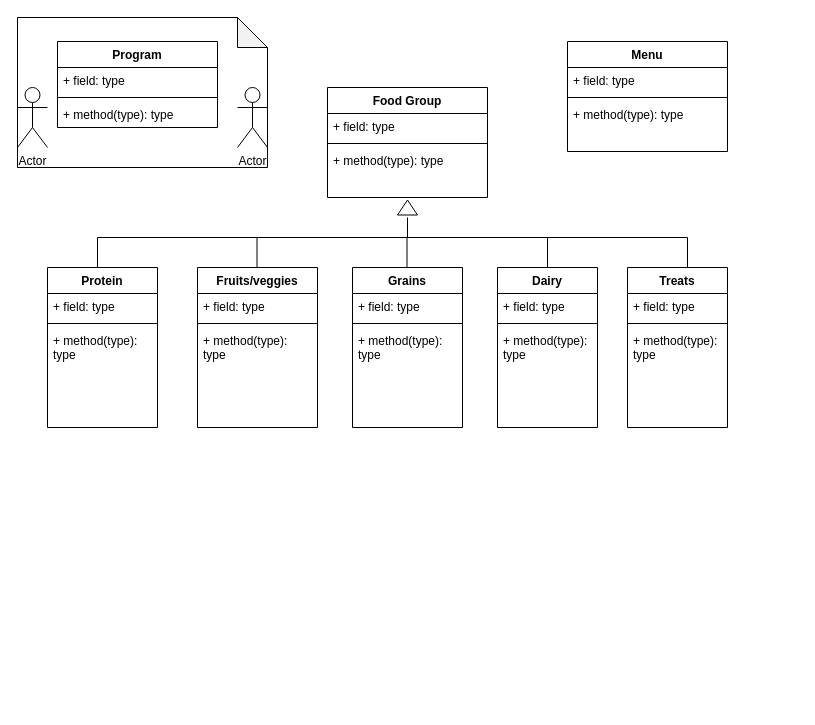
The draw.io diagram KidsNutritionProgram.drawio in KayleeWild/cse210, before the edit. Source tidied: cells renumbered, new cells numbered last; positions are measured from the earlier drawing's top-left corner, leaving out a move shared by most shapes. Both pictures are drawn from the tidied source at 100%, with x=0, y=0 at pixel (17, 17).
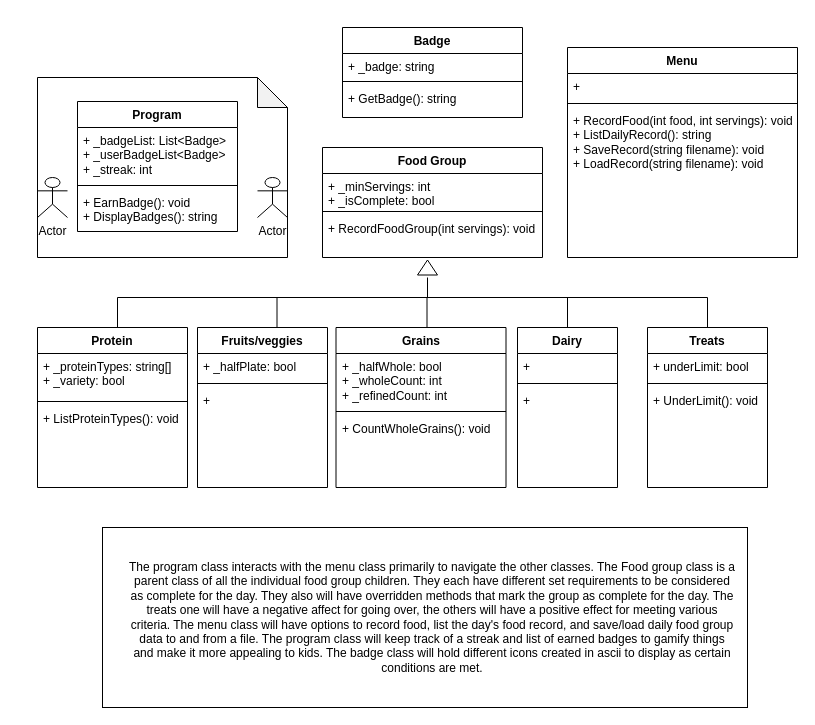
The same diagram, later.

Commit message (it also covers changes not shown here):
outline of the nutrition program

Change to the diagram source:
```diff
@@
     <mxCell id="2" style="shape=note;whiteSpace=wrap;html=1;backgroundOutline=1;darkOpacity=0.05;" parent="1" vertex="1">
-      <mxGeometry width="250" height="150" as="geometry" />
+      <mxGeometry x="20" y="60" width="250" height="180" as="geometry" />
     </mxCell>
     <mxCell id="3" value="Program" style="swimlane;fontStyle=1;align=center;verticalAlign=top;horizontal=1;startSize=26;whiteSpace=wrap;html=1;" parent="1" vertex="1">
-      <mxGeometry x="40" y="24" width="160" height="86" as="geometry" />
+      <mxGeometry x="60" y="84" width="160" height="130" as="geometry" />
     </mxCell>
-    <mxCell id="4" value="+ field: type" style="text;strokeColor=none;fillColor=none;align=left;verticalAlign=top;spacingLeft=4;spacingRight=4;overflow=hidden;whiteSpace=wrap;html=1;" parent="3" vertex="1">
-      <mxGeometry y="26" width="160" height="26" as="geometry" />
+    <mxCell id="4" value="+ _badgeList: List&amp;lt;Badge&amp;gt;&lt;div&gt;+ _userBadgeList&amp;lt;Badge&amp;gt;&lt;/div&gt;&lt;div&gt;+ _streak: int&lt;/div&gt;" style="text;strokeColor=none;fillColor=none;align=left;verticalAlign=top;spacingLeft=4;spacingRight=4;overflow=hidden;whiteSpace=wrap;html=1;" parent="3" vertex="1">
+      <mxGeometry y="26" width="160" height="54" as="geometry" />
     </mxCell>
     <mxCell id="5" style="line;strokeWidth=1;fillColor=none;align=left;verticalAlign=middle;spacingTop=-1;spacingLeft=3;spacingRight=3;labelPosition=right;strokeColor=inherit;" parent="3" vertex="1">
-      <mxGeometry y="52" width="160" height="8" as="geometry" />
+      <mxGeometry y="80" width="160" height="8" as="geometry" />
     </mxCell>
-    <mxCell id="6" value="+ method(type): type" style="text;strokeColor=none;fillColor=none;align=left;verticalAlign=top;spacingLeft=4;spacingRight=4;overflow=hidden;whiteSpace=wrap;html=1;" parent="3" vertex="1">
-      <mxGeometry y="60" width="160" height="26" as="geometry" />
+    <mxCell id="6" value="+ EarnBadge(): void&lt;div&gt;+ DisplayBadges(): string&lt;/div&gt;" style="text;strokeColor=none;fillColor=none;align=left;verticalAlign=top;spacingLeft=4;spacingRight=4;overflow=hidden;whiteSpace=wrap;html=1;" parent="3" vertex="1">
+      <mxGeometry y="88" width="160" height="42" as="geometry" />
     </mxCell>
     <mxCell id="7" value="Food Group" style="swimlane;fontStyle=1;align=center;verticalAlign=top;horizontal=1;startSize=26;whiteSpace=wrap;html=1;" parent="1" vertex="1">
-      <mxGeometry x="310" y="70" width="160" height="110" as="geometry" />
+      <mxGeometry x="305" y="130" width="220" height="110" as="geometry" />
     </mxCell>
-    <mxCell id="8" value="+ field: type" style="text;strokeColor=none;fillColor=none;align=left;verticalAlign=top;spacingLeft=4;spacingRight=4;overflow=hidden;whiteSpace=wrap;html=1;" parent="7" vertex="1">
-      <mxGeometry y="26" width="160" height="26" as="geometry" />
+    <mxCell id="8" value="+ _minServings: int&lt;div&gt;+ _isComplete: bool&lt;/div&gt;" style="text;strokeColor=none;fillColor=none;align=left;verticalAlign=top;spacingLeft=4;spacingRight=4;overflow=hidden;whiteSpace=wrap;html=1;" parent="7" vertex="1">
+      <mxGeometry y="26" width="220" height="34" as="geometry" />
     </mxCell>
     <mxCell id="9" style="line;strokeWidth=1;fillColor=none;align=left;verticalAlign=middle;spacingTop=-1;spacingLeft=3;spacingRight=3;labelPosition=right;strokeColor=inherit;" parent="7" vertex="1">
-      <mxGeometry y="52" width="160" height="8" as="geometry" />
+      <mxGeometry y="60" width="220" height="8" as="geometry" />
     </mxCell>
-    <mxCell id="10" value="+ method(type): type" style="text;strokeColor=none;fillColor=none;align=left;verticalAlign=top;spacingLeft=4;spacingRight=4;overflow=hidden;whiteSpace=wrap;html=1;" parent="7" vertex="1">
-      <mxGeometry y="60" width="160" height="50" as="geometry" />
+    <mxCell id="10" value="+ RecordFoodGroup(int servings): void" style="text;strokeColor=none;fillColor=none;align=left;verticalAlign=top;spacingLeft=4;spacingRight=4;overflow=hidden;whiteSpace=wrap;html=1;" parent="7" vertex="1">
+      <mxGeometry y="68" width="220" height="42" as="geometry" />
     </mxCell>
     <mxCell id="11" value="Fruits/veggies" style="swimlane;fontStyle=1;align=center;verticalAlign=top;horizontal=1;startSize=26;whiteSpace=wrap;html=1;" parent="1" vertex="1">
-      <mxGeometry x="180" y="250" width="120" height="160" as="geometry" />
+      <mxGeometry x="180" y="310" width="130" height="160" as="geometry" />
     </mxCell>
-    <mxCell id="12" value="+ field: type" style="text;strokeColor=none;fillColor=none;align=left;verticalAlign=top;spacingLeft=4;spacingRight=4;overflow=hidden;whiteSpace=wrap;html=1;" parent="11" vertex="1">
-      <mxGeometry y="26" width="120" height="26" as="geometry" />
+    <mxCell id="12" value="+ _halfPlate: bool" style="text;strokeColor=none;fillColor=none;align=left;verticalAlign=top;spacingLeft=4;spacingRight=4;overflow=hidden;whiteSpace=wrap;html=1;" parent="11" vertex="1">
+      <mxGeometry y="26" width="130" height="26" as="geometry" />
     </mxCell>
     <mxCell id="13" style="line;strokeWidth=1;fillColor=none;align=left;verticalAlign=middle;spacingTop=-1;spacingLeft=3;spacingRight=3;labelPosition=right;strokeColor=inherit;" parent="11" vertex="1">
-      <mxGeometry y="52" width="120" height="8" as="geometry" />
+      <mxGeometry y="52" width="130" height="8" as="geometry" />
     </mxCell>
-    <mxCell id="14" value="+ method(type): type" style="text;strokeColor=none;fillColor=none;align=left;verticalAlign=top;spacingLeft=4;spacingRight=4;overflow=hidden;whiteSpace=wrap;html=1;" parent="11" vertex="1">
-      <mxGeometry y="60" width="120" height="100" as="geometry" />
+    <mxCell id="14" value="+&amp;nbsp;" style="text;strokeColor=none;fillColor=none;align=left;verticalAlign=top;spacingLeft=4;spacingRight=4;overflow=hidden;whiteSpace=wrap;html=1;" parent="11" vertex="1">
+      <mxGeometry y="60" width="130" height="100" as="geometry" />
     </mxCell>
     <mxCell id="15" value="Actor" style="shape=umlActor;verticalLabelPosition=bottom;verticalAlign=top;html=1;" parent="1" vertex="1">
-      <mxGeometry y="70" width="30" height="60" as="geometry" />
+      <mxGeometry x="20" y="160" width="30" height="40" as="geometry" />
     </mxCell>
     <mxCell id="16" value="Actor" style="shape=umlActor;verticalLabelPosition=bottom;verticalAlign=top;html=1;" parent="1" vertex="1">
-      <mxGeometry x="220" y="70" width="30" height="60" as="geometry" />
+      <mxGeometry x="240" y="160" width="30" height="40" as="geometry" />
     </mxCell>
     <mxCell id="17" value="Grains" style="swimlane;fontStyle=1;align=center;verticalAlign=top;horizontal=1;startSize=26;whiteSpace=wrap;html=1;" parent="1" vertex="1">
-      <mxGeometry x="335" y="250" width="110" height="160" as="geometry" />
+      <mxGeometry x="318.5" y="310" width="170" height="160" as="geometry" />
     </mxCell>
-    <mxCell id="18" value="+ field: type" style="text;strokeColor=none;fillColor=none;align=left;verticalAlign=top;spacingLeft=4;spacingRight=4;overflow=hidden;whiteSpace=wrap;html=1;" parent="17" vertex="1">
-      <mxGeometry y="26" width="110" height="26" as="geometry" />
+    <mxCell id="18" value="+ _halfWhole: bool&lt;div&gt;+ _wholeCount: int&lt;/div&gt;&lt;div&gt;+ _refinedCount: int&lt;/div&gt;" style="text;strokeColor=none;fillColor=none;align=left;verticalAlign=top;spacingLeft=4;spacingRight=4;overflow=hidden;whiteSpace=wrap;html=1;" parent="17" vertex="1">
+      <mxGeometry y="26" width="170" height="54" as="geometry" />
     </mxCell>
     <mxCell id="19" style="line;strokeWidth=1;fillColor=none;align=left;verticalAlign=middle;spacingTop=-1;spacingLeft=3;spacingRight=3;labelPosition=right;strokeColor=inherit;" parent="17" vertex="1">
-      <mxGeometry y="52" width="110" height="8" as="geometry" />
+      <mxGeometry y="80" width="170" height="8" as="geometry" />
     </mxCell>
-    <mxCell id="20" value="+ method(type): type" style="text;strokeColor=none;fillColor=none;align=left;verticalAlign=top;spacingLeft=4;spacingRight=4;overflow=hidden;whiteSpace=wrap;html=1;" parent="17" vertex="1">
-      <mxGeometry y="60" width="110" height="100" as="geometry" />
+    <mxCell id="20" value="+ CountWholeGrains(): void&amp;nbsp;" style="text;strokeColor=none;fillColor=none;align=left;verticalAlign=top;spacingLeft=4;spacingRight=4;overflow=hidden;whiteSpace=wrap;html=1;" parent="17" vertex="1">
+      <mxGeometry y="88" width="170" height="72" as="geometry" />
     </mxCell>
     <mxCell id="21" value="Dairy" style="swimlane;fontStyle=1;align=center;verticalAlign=top;horizontal=1;startSize=26;whiteSpace=wrap;html=1;" parent="1" vertex="1">
-      <mxGeometry x="480" y="250" width="100" height="160" as="geometry" />
+      <mxGeometry x="500" y="310" width="100" height="160" as="geometry" />
     </mxCell>
-    <mxCell id="22" value="+ field: type" style="text;strokeColor=none;fillColor=none;align=left;verticalAlign=top;spacingLeft=4;spacingRight=4;overflow=hidden;whiteSpace=wrap;html=1;" parent="21" vertex="1">
+    <mxCell id="22" value="+&amp;nbsp;" style="text;strokeColor=none;fillColor=none;align=left;verticalAlign=top;spacingLeft=4;spacingRight=4;overflow=hidden;whiteSpace=wrap;html=1;" parent="21" vertex="1">
       <mxGeometry y="26" width="100" height="26" as="geometry" />
     </mxCell>
@@
-    <mxCell id="24" value="+ method(type): type" style="text;strokeColor=none;fillColor=none;align=left;verticalAlign=top;spacingLeft=4;spacingRight=4;overflow=hidden;whiteSpace=wrap;html=1;" parent="21" vertex="1">
+    <mxCell id="24" value="+" style="text;strokeColor=none;fillColor=none;align=left;verticalAlign=top;spacingLeft=4;spacingRight=4;overflow=hidden;whiteSpace=wrap;html=1;" parent="21" vertex="1">
       <mxGeometry y="60" width="100" height="100" as="geometry" />
     </mxCell>
     <mxCell id="25" value="Protein" style="swimlane;fontStyle=1;align=center;verticalAlign=top;horizontal=1;startSize=26;whiteSpace=wrap;html=1;" parent="1" vertex="1">
-      <mxGeometry x="30" y="250" width="110" height="160" as="geometry" />
+      <mxGeometry x="20" y="310" width="150" height="160" as="geometry" />
     </mxCell>
-    <mxCell id="26" value="+ field: type" style="text;strokeColor=none;fillColor=none;align=left;verticalAlign=top;spacingLeft=4;spacingRight=4;overflow=hidden;whiteSpace=wrap;html=1;" parent="25" vertex="1">
-      <mxGeometry y="26" width="110" height="26" as="geometry" />
+    <mxCell id="26" value="+ _proteinTypes: string[]&lt;div&gt;+ _variety: bool&lt;/div&gt;" style="text;strokeColor=none;fillColor=none;align=left;verticalAlign=top;spacingLeft=4;spacingRight=4;overflow=hidden;whiteSpace=wrap;html=1;" parent="25" vertex="1">
+      <mxGeometry y="26" width="150" height="44" as="geometry" />
     </mxCell>
     <mxCell id="27" style="line;strokeWidth=1;fillColor=none;align=left;verticalAlign=middle;spacingTop=-1;spacingLeft=3;spacingRight=3;labelPosition=right;strokeColor=inherit;" parent="25" vertex="1">
-      <mxGeometry y="52" width="110" height="8" as="geometry" />
+      <mxGeometry y="70" width="150" height="8" as="geometry" />
     </mxCell>
-    <mxCell id="28" value="+ method(type): type" style="text;strokeColor=none;fillColor=none;align=left;verticalAlign=top;spacingLeft=4;spacingRight=4;overflow=hidden;whiteSpace=wrap;html=1;" parent="25" vertex="1">
-      <mxGeometry y="60" width="110" height="100" as="geometry" />
+    <mxCell id="28" value="+ ListProteinTypes(): void" style="text;strokeColor=none;fillColor=none;align=left;verticalAlign=top;spacingLeft=4;spacingRight=4;overflow=hidden;whiteSpace=wrap;html=1;" parent="25" vertex="1">
+      <mxGeometry y="78" width="150" height="82" as="geometry" />
     </mxCell>
     <mxCell id="29" value="Treats" style="swimlane;fontStyle=1;align=center;verticalAlign=top;horizontal=1;startSize=26;whiteSpace=wrap;html=1;" parent="1" vertex="1">
-      <mxGeometry x="610" y="250" width="100" height="160" as="geometry" />
+      <mxGeometry x="630" y="310" width="120" height="160" as="geometry" />
     </mxCell>
-    <mxCell id="30" value="+ field: type" style="text;strokeColor=none;fillColor=none;align=left;verticalAlign=top;spacingLeft=4;spacingRight=4;overflow=hidden;whiteSpace=wrap;html=1;" parent="29" vertex="1">
-      <mxGeometry y="26" width="100" height="26" as="geometry" />
+    <mxCell id="30" value="+ underLimit: bool" style="text;strokeColor=none;fillColor=none;align=left;verticalAlign=top;spacingLeft=4;spacingRight=4;overflow=hidden;whiteSpace=wrap;html=1;" parent="29" vertex="1">
+      <mxGeometry y="26" width="120" height="26" as="geometry" />
     </mxCell>
     <mxCell id="31" style="line;strokeWidth=1;fillColor=none;align=left;verticalAlign=middle;spacingTop=-1;spacingLeft=3;spacingRight=3;labelPosition=right;strokeColor=inherit;" parent="29" vertex="1">
-      <mxGeometry y="52" width="100" height="8" as="geometry" />
+      <mxGeometry y="52" width="120" height="8" as="geometry" />
     </mxCell>
-    <mxCell id="32" value="+ method(type): type" style="text;strokeColor=none;fillColor=none;align=left;verticalAlign=top;spacingLeft=4;spacingRight=4;overflow=hidden;whiteSpace=wrap;html=1;" parent="29" vertex="1">
-      <mxGeometry y="60" width="100" height="100" as="geometry" />
+    <mxCell id="32" value="+ UnderLimit(): void&amp;nbsp;" style="text;strokeColor=none;fillColor=none;align=left;verticalAlign=top;spacingLeft=4;spacingRight=4;overflow=hidden;whiteSpace=wrap;html=1;" parent="29" vertex="1">
+      <mxGeometry y="60" width="120" height="100" as="geometry" />
     </mxCell>
     <mxCell id="33" value="Menu" style="swimlane;fontStyle=1;align=center;verticalAlign=top;horizontal=1;startSize=26;whiteSpace=wrap;html=1;" parent="1" vertex="1">
-      <mxGeometry x="550" y="24" width="160" height="110" as="geometry" />
+      <mxGeometry x="550" y="30" width="230" height="210" as="geometry" />
     </mxCell>
-    <mxCell id="34" value="+ field: type" style="text;strokeColor=none;fillColor=none;align=left;verticalAlign=top;spacingLeft=4;spacingRight=4;overflow=hidden;whiteSpace=wrap;html=1;" parent="33" vertex="1">
-      <mxGeometry y="26" width="160" height="26" as="geometry" />
+    <mxCell id="34" value="+&amp;nbsp;" style="text;strokeColor=none;fillColor=none;align=left;verticalAlign=top;spacingLeft=4;spacingRight=4;overflow=hidden;whiteSpace=wrap;html=1;" parent="33" vertex="1">
+      <mxGeometry y="26" width="230" height="26" as="geometry" />
     </mxCell>
     <mxCell id="35" style="line;strokeWidth=1;fillColor=none;align=left;verticalAlign=middle;spacingTop=-1;spacingLeft=3;spacingRight=3;labelPosition=right;strokeColor=inherit;" parent="33" vertex="1">
-      <mxGeometry y="52" width="160" height="8" as="geometry" />
+      <mxGeometry y="52" width="230" height="8" as="geometry" />
     </mxCell>
-    <mxCell id="36" value="+ method(type): type" style="text;strokeColor=none;fillColor=none;align=left;verticalAlign=top;spacingLeft=4;spacingRight=4;overflow=hidden;whiteSpace=wrap;html=1;" parent="33" vertex="1">
-      <mxGeometry y="60" width="160" height="50" as="geometry" />
+    <mxCell id="36" value="+ RecordFood(int food, int servings): void&lt;div&gt;+ ListDailyRecord(): string&lt;/div&gt;&lt;div&gt;+ SaveRecord(string filename): void&lt;/div&gt;&lt;div&gt;+ LoadRecord(string filename): void&lt;/div&gt;" style="text;strokeColor=none;fillColor=none;align=left;verticalAlign=top;spacingLeft=4;spacingRight=4;overflow=hidden;whiteSpace=wrap;html=1;" parent="33" vertex="1">
+      <mxGeometry y="60" width="230" height="150" as="geometry" />
     </mxCell>
     <mxCell id="37" style="triangle;whiteSpace=wrap;html=1;rotation=-90;" parent="1" vertex="1">
-      <mxGeometry x="382.5" y="180" width="15" height="20" as="geometry" />
+      <mxGeometry x="402.5" y="240" width="15" height="20" as="geometry" />
     </mxCell>
     <mxCell id="38" style="endArrow=none;html=1;rounded=0;" parent="1" edge="1">
       <mxGeometry relative="1" as="geometry">
-        <mxPoint x="80" y="220" as="sourcePoint" />
-        <mxPoint x="670" y="220" as="targetPoint" />
+        <mxPoint x="100" y="280" as="sourcePoint" />
+        <mxPoint x="690" y="280" as="targetPoint" />
       </mxGeometry>
     </mxCell>
     <mxCell id="39" style="endArrow=none;html=1;rounded=0;exitX=0.5;exitY=0;exitDx=0;exitDy=0;" parent="1" edge="1" source="21">
       <mxGeometry relative="1" as="geometry">
-        <mxPoint x="530" y="220" as="targetPoint" />
+        <mxPoint x="550" y="280" as="targetPoint" />
       </mxGeometry>
     </mxCell>
     <mxCell id="40" style="endArrow=none;html=1;rounded=0;exitX=0.5;exitY=0;exitDx=0;exitDy=0;" parent="1" edge="1">
       <mxGeometry relative="1" as="geometry">
-        <mxPoint x="670" y="250" as="sourcePoint" />
-        <mxPoint x="670" y="220" as="targetPoint" />
+        <mxPoint x="690" y="310" as="sourcePoint" />
+        <mxPoint x="690" y="280" as="targetPoint" />
       </mxGeometry>
     </mxCell>
     <mxCell id="41" style="endArrow=none;html=1;rounded=0;exitX=0.5;exitY=0;exitDx=0;exitDy=0;" parent="1" edge="1">
       <mxGeometry relative="1" as="geometry">
-        <mxPoint x="389.5" y="250" as="sourcePoint" />
-        <mxPoint x="389.5" y="220" as="targetPoint" />
+        <mxPoint x="409.5" y="310" as="sourcePoint" />
+        <mxPoint x="409.5" y="280" as="targetPoint" />
       </mxGeometry>
     </mxCell>
     <mxCell id="42" style="endArrow=none;html=1;rounded=0;exitX=0.5;exitY=0;exitDx=0;exitDy=0;" parent="1" edge="1">
       <mxGeometry relative="1" as="geometry">
-        <mxPoint x="239.5" y="250" as="sourcePoint" />
-        <mxPoint x="239.5" y="220" as="targetPoint" />
+        <mxPoint x="259.5" y="310" as="sourcePoint" />
+        <mxPoint x="259.5" y="280" as="targetPoint" />
       </mxGeometry>
     </mxCell>
     <mxCell id="43" style="endArrow=none;html=1;rounded=0;exitX=0.5;exitY=0;exitDx=0;exitDy=0;" parent="1" edge="1">
       <mxGeometry relative="1" as="geometry">
-        <mxPoint x="80" y="250" as="sourcePoint" />
-        <mxPoint x="80" y="220" as="targetPoint" />
+        <mxPoint x="100" y="310" as="sourcePoint" />
+        <mxPoint x="100" y="280" as="targetPoint" />
       </mxGeometry>
     </mxCell>
     <mxCell id="44" style="endArrow=none;html=1;rounded=0;" parent="1" edge="1">
       <mxGeometry relative="1" as="geometry">
-        <mxPoint x="390" y="220" as="sourcePoint" />
-        <mxPoint x="390" y="200" as="targetPoint" />
+        <mxPoint x="410" y="280" as="sourcePoint" />
+        <mxPoint x="410" y="260" as="targetPoint" />
       </mxGeometry>
     </mxCell>
+    <mxCell id="45" style="rounded=0;whiteSpace=wrap;html=1;" parent="1" vertex="1">
+      <mxGeometry x="85" y="510" width="645" height="180" as="geometry" />
+    </mxCell>
+    <mxCell id="46" value="The program class interacts with the menu class primarily to navigate the other classes. The Food group class is a parent class of all the individual food group children. They each have different set requirements to be considered as complete for the day. They also will have overridden methods that mark the group as complete for the day. The treats one will have a negative affect for going over, the others will have a positive effect for meeting various criteria. The menu class will have options to record food, list the day's food record, and save/load daily food group data to and from a file. The program class will keep track of a streak and list of earned badges to gamify things and make it more appealing to kids. The badge class will hold different icons created in ascii to display as certain conditions are met." style="text;html=1;align=center;verticalAlign=middle;whiteSpace=wrap;rounded=0;" parent="1" vertex="1">
+      <mxGeometry x="110" y="530" width="610" height="140" as="geometry" />
+    </mxCell>
+    <mxCell id="47" value="Badge" style="swimlane;fontStyle=1;align=center;verticalAlign=top;horizontal=1;startSize=26;whiteSpace=wrap;html=1;" parent="1" vertex="1">
+      <mxGeometry x="325" y="10" width="180" height="90" as="geometry" />
+    </mxCell>
+    <mxCell id="48" value="+ _badge: string" style="text;strokeColor=none;fillColor=none;align=left;verticalAlign=top;spacingLeft=4;spacingRight=4;overflow=hidden;whiteSpace=wrap;html=1;" parent="47" vertex="1">
+      <mxGeometry y="26" width="180" height="24" as="geometry" />
+    </mxCell>
+    <mxCell id="49" style="line;strokeWidth=1;fillColor=none;align=left;verticalAlign=middle;spacingTop=-1;spacingLeft=3;spacingRight=3;labelPosition=right;strokeColor=inherit;" parent="47" vertex="1">
+      <mxGeometry y="50" width="180" height="8" as="geometry" />
+    </mxCell>
+    <mxCell id="50" value="+ GetBadge(): string" style="text;strokeColor=none;fillColor=none;align=left;verticalAlign=top;spacingLeft=4;spacingRight=4;overflow=hidden;whiteSpace=wrap;html=1;" parent="47" vertex="1">
+      <mxGeometry y="58" width="180" height="32" as="geometry" />
+    </mxCell>
```
